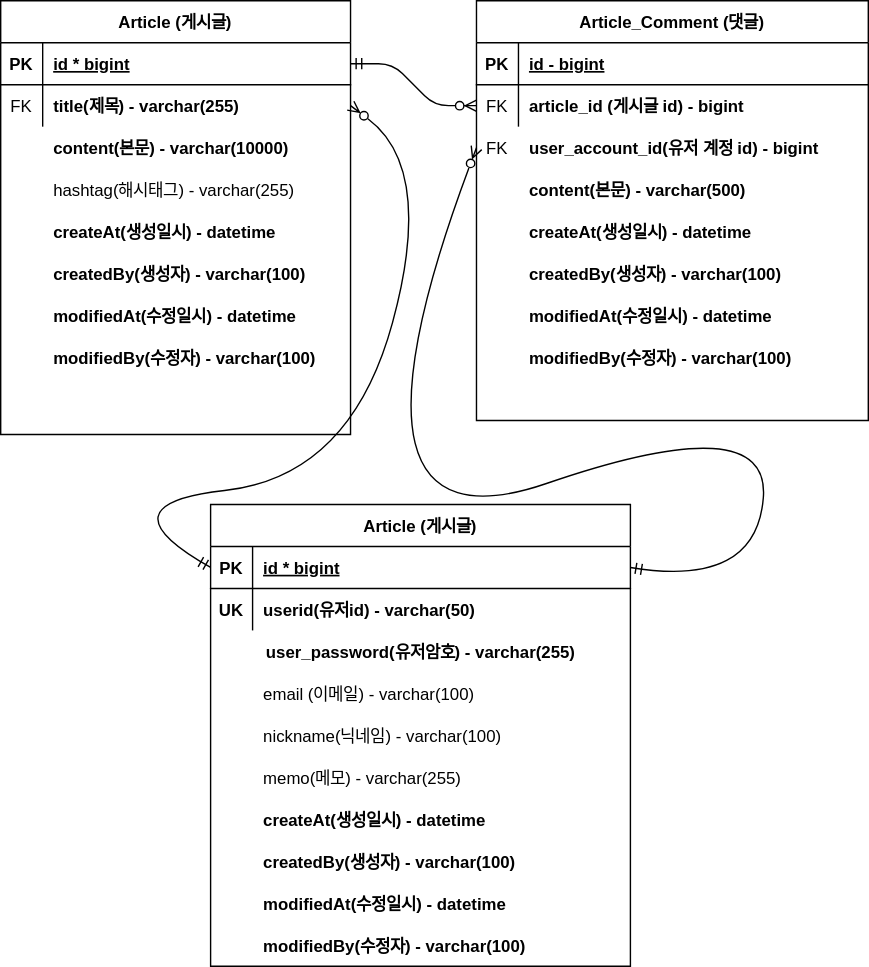
decemberiscoming/onboard keeps this draw.io diagram as document/project-diamode.svg. Above is the earlier version. Source tidied: cells renumbered, new cells last; positions are measured from the earlier drawing's top-left corner, leaving out a move shared by most shapes.
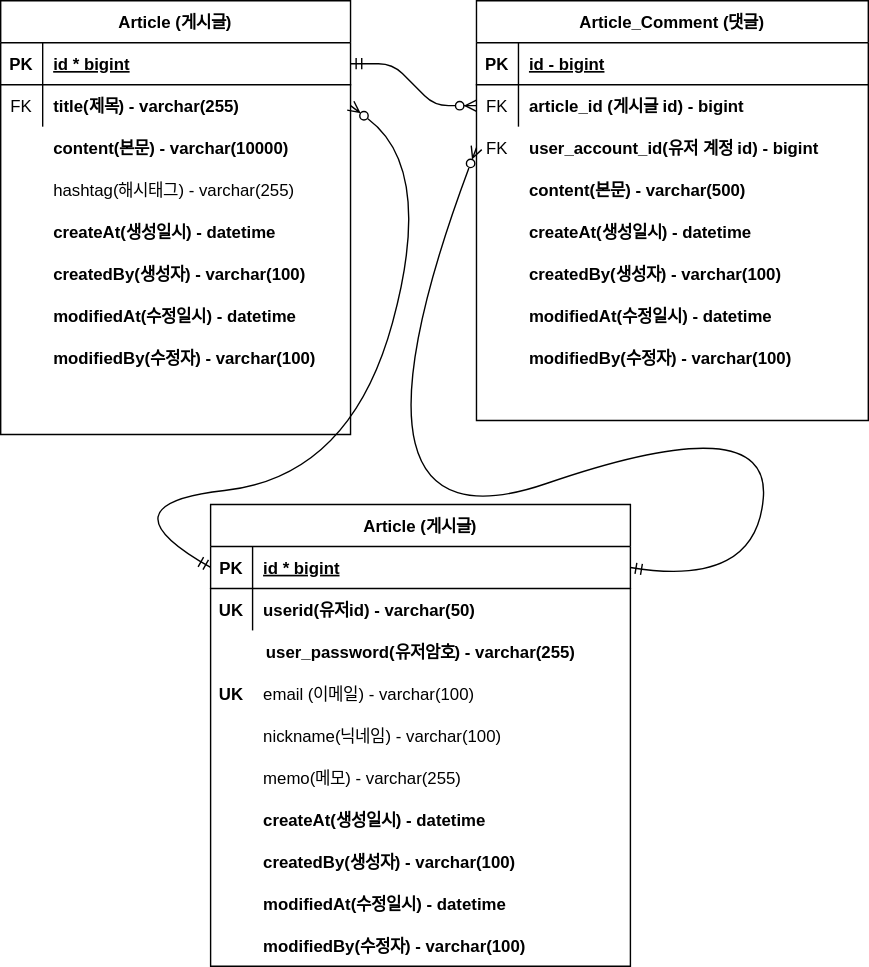
Later version of the same file.

What changed in the source:
```diff
@@ -276,5 +276,8 @@
         </Array>
       </mxGeometry>
     </mxCell>
+    <mxCell id="88" value="UK" style="shape=partialRectangle;overflow=hidden;fillColor=none;top=0;left=0;bottom=0;right=0;fontStyle=1;" parent="1" vertex="1">
+      <mxGeometry x="150" y="480" width="30" height="30" as="geometry" />
+    </mxCell>
   </root>
 </mxGraphModel>
```
